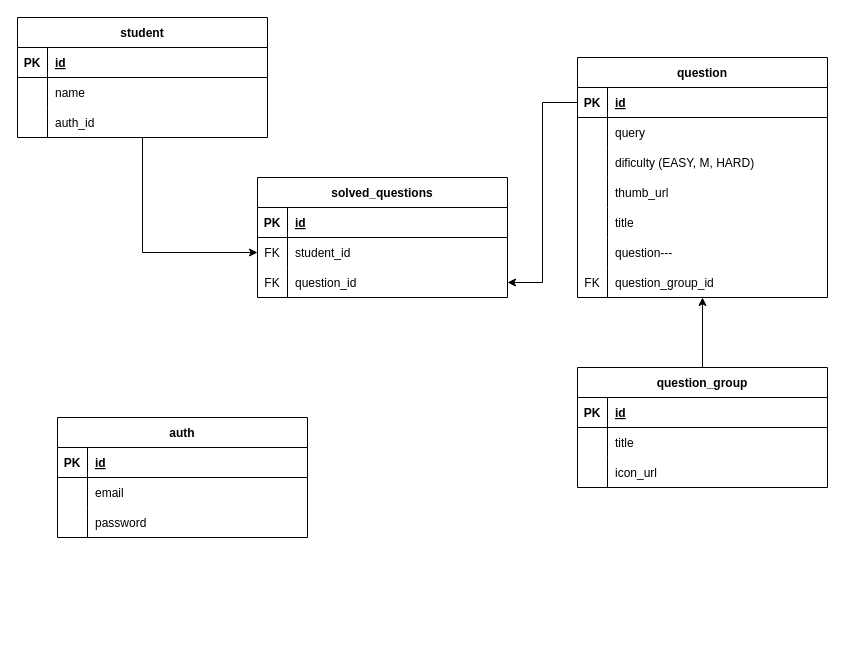
jnaps12/Diagramas keeps this draw.io diagram as learning_queries.drawio. Above is the earlier version. Source tidied: cells renumbered, new cells numbered last; positions are measured from the earlier drawing's top-left corner, leaving out a move shared by most shapes. Both pictures are drawn from the tidied source at 100%, with x=0, y=0 at pixel (17, 17).
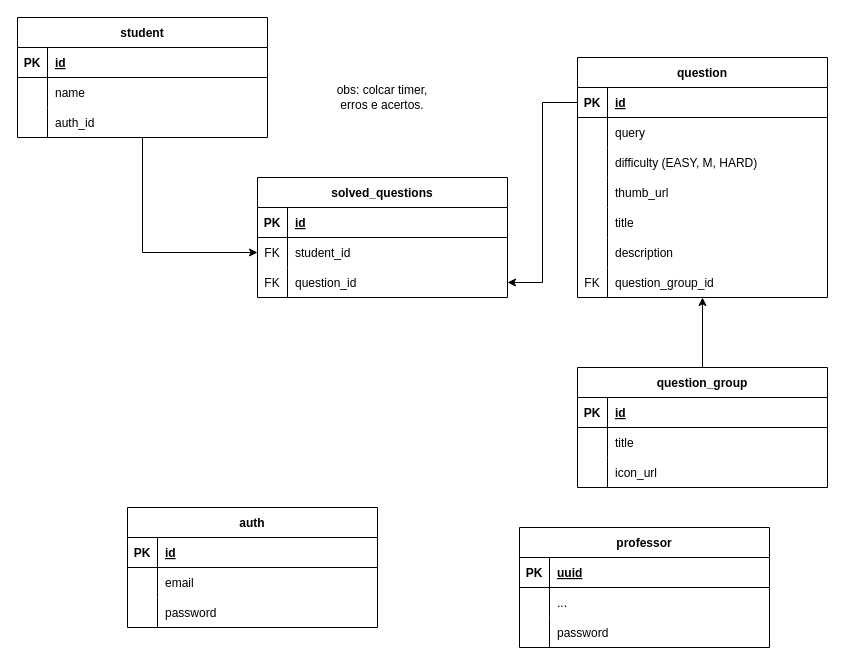
After the change.

The change refers to these unchanged cells:
```xml
<mxCell id="9" style="shape=partialRectangle;fillColor=none;top=0;left=0;right=0;bottom=0;" parent="2" vertex="1">
  <mxGeometry y="90" width="250" height="30" as="geometry" />
</mxCell>
<mxCell id="18" style="shape=partialRectangle;fillColor=none;top=0;left=0;right=0;bottom=0;" parent="2" vertex="1">
  <mxGeometry y="180" width="250" height="30" as="geometry" />
</mxCell>
```

Change to the diagram source:
```diff
@@
-    <mxCell id="11" value="dificulty (EASY, M, HARD)" style="shape=partialRectangle;overflow=hidden;fillColor=none;top=0;left=0;bottom=0;right=0;align=left;spacingLeft=6;" parent="9" vertex="1">
+    <mxCell id="11" value="difficulty (EASY, M, HARD)" style="shape=partialRectangle;overflow=hidden;fillColor=none;top=0;left=0;bottom=0;right=0;align=left;spacingLeft=6;" parent="9" vertex="1">
       <mxGeometry x="30" width="220" height="30" as="geometry" />
     </mxCell>
@@
-    <mxCell id="20" value="question---" style="shape=partialRectangle;overflow=hidden;fillColor=none;top=0;left=0;bottom=0;right=0;align=left;spacingLeft=6;" parent="18" vertex="1">
+    <mxCell id="20" value="description" style="shape=partialRectangle;overflow=hidden;fillColor=none;top=0;left=0;bottom=0;right=0;align=left;spacingLeft=6;" parent="18" vertex="1">
       <mxGeometry x="30" width="220" height="30" as="geometry" />
     </mxCell>
@@
     <mxCell id="57" value="auth" style="shape=table;startSize=30;childLayout=tableLayout;rowLines=0;fontStyle=1;align=center;" parent="1" vertex="1">
-      <mxGeometry x="40" y="400" width="250" height="120" as="geometry" />
+      <mxGeometry x="110" y="490" width="250" height="120" as="geometry" />
     </mxCell>
@@
+    <mxCell id="67" value="professor" style="shape=table;startSize=30;childLayout=tableLayout;rowLines=0;fontStyle=1;align=center;" parent="1" vertex="1">
+      <mxGeometry x="502" y="510" width="250" height="120" as="geometry" />
+    </mxCell>
+    <mxCell id="68" style="shape=partialRectangle;fillColor=none;top=0;left=0;right=0;bottom=1;" parent="67" vertex="1">
+      <mxGeometry y="30" width="250" height="30" as="geometry" />
+    </mxCell>
+    <mxCell id="69" value="PK" style="shape=partialRectangle;overflow=hidden;fillColor=none;top=0;left=0;bottom=0;right=0;fontStyle=1;" parent="68" vertex="1">
+      <mxGeometry width="30" height="30" as="geometry" />
+    </mxCell>
+    <mxCell id="70" value="uuid" style="shape=partialRectangle;overflow=hidden;fillColor=none;top=0;left=0;bottom=0;right=0;align=left;spacingLeft=6;fontStyle=5;" parent="68" vertex="1">
+      <mxGeometry x="30" width="220" height="30" as="geometry" />
+    </mxCell>
+    <mxCell id="71" style="shape=partialRectangle;fillColor=none;top=0;left=0;right=0;bottom=0;" parent="67" vertex="1">
+      <mxGeometry y="60" width="250" height="30" as="geometry" />
+    </mxCell>
+    <mxCell id="72" style="shape=partialRectangle;overflow=hidden;fillColor=none;top=0;left=0;bottom=0;right=0;" parent="71" vertex="1">
+      <mxGeometry width="30" height="30" as="geometry" />
+    </mxCell>
+    <mxCell id="73" value="..." style="shape=partialRectangle;overflow=hidden;fillColor=none;top=0;left=0;bottom=0;right=0;align=left;spacingLeft=6;" parent="71" vertex="1">
+      <mxGeometry x="30" width="220" height="30" as="geometry" />
+    </mxCell>
+    <mxCell id="74" style="shape=partialRectangle;fillColor=none;top=0;left=0;right=0;bottom=0;" parent="67" vertex="1">
+      <mxGeometry y="90" width="250" height="30" as="geometry" />
+    </mxCell>
+    <mxCell id="75" style="shape=partialRectangle;overflow=hidden;fillColor=none;top=0;left=0;bottom=0;right=0;" parent="74" vertex="1">
+      <mxGeometry width="30" height="30" as="geometry" />
+    </mxCell>
+    <mxCell id="76" value="password" style="shape=partialRectangle;overflow=hidden;fillColor=none;top=0;left=0;bottom=0;right=0;align=left;spacingLeft=6;" parent="74" vertex="1">
+      <mxGeometry x="30" width="220" height="30" as="geometry" />
+    </mxCell>
+    <mxCell id="77" value="obs: colcar timer, erros e acertos." style="text;html=1;strokeColor=none;fillColor=none;align=center;verticalAlign=middle;whiteSpace=wrap;rounded=0;" parent="1" vertex="1">
+      <mxGeometry x="315" y="40" width="100" height="80" as="geometry" />
+    </mxCell>
```
